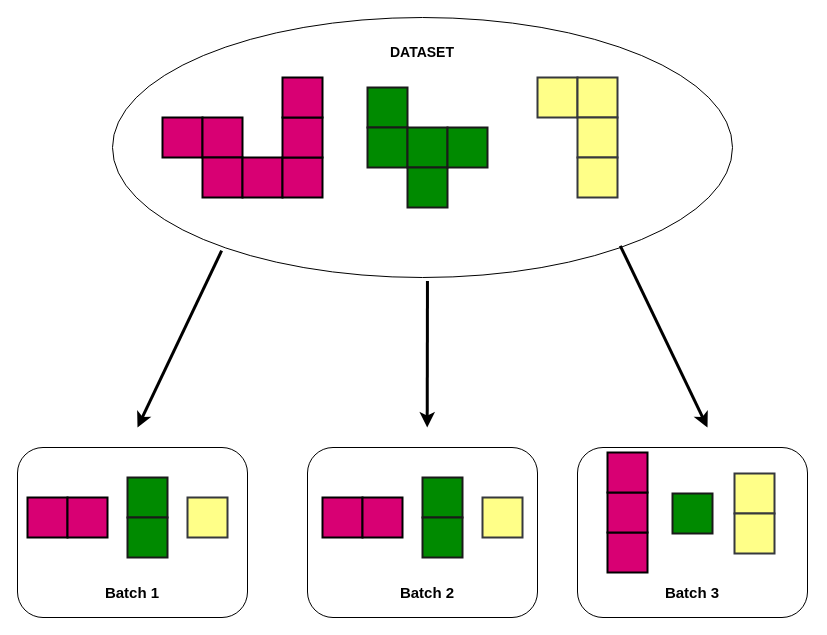
Earlier version of the draw.io diagram diagrams/StratifySampler.drawio (Jeremstym/pretrainingTSPFN). Source tidied: cells renumbered, new cells numbered last; positions are measured from the earlier drawing's top-left corner, leaving out a move shared by most shapes. Both pictures are drawn from the tidied source at 100%, with x=0, y=0 at pixel (17, 17).
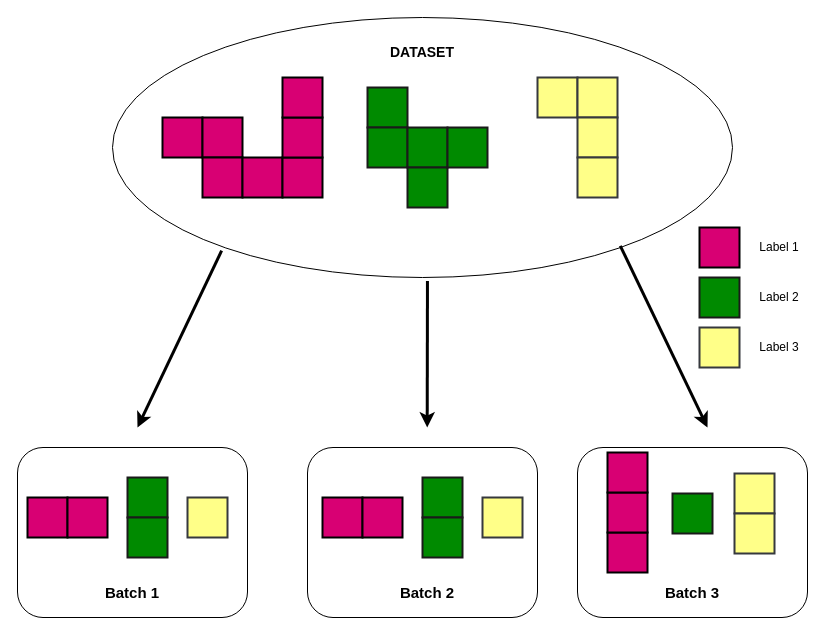
The same page after the edit.

Commit message (it also covers changes not shown here):
Mettre à jour StratifySampler.drawio

Diff of the diagram source:
```diff
@@
+    <mxCell id="45" style="rounded=0;whiteSpace=wrap;html=1;fillColor=#d80073;fontColor=#ffffff;strokeColor=light-dark(#000000, #ffa9e0);strokeWidth=2;" parent="1" vertex="1">
+      <mxGeometry x="682" y="210" width="40" height="40" as="geometry" />
+    </mxCell>
+    <mxCell id="46" value="Label 1" style="text;html=1;whiteSpace=wrap;strokeColor=none;fillColor=none;align=center;verticalAlign=middle;rounded=0;" parent="1" vertex="1">
+      <mxGeometry x="732" y="215" width="60" height="30" as="geometry" />
+    </mxCell>
+    <mxCell id="47" value="Label 2" style="text;html=1;whiteSpace=wrap;strokeColor=none;fillColor=none;align=center;verticalAlign=middle;rounded=0;" parent="1" vertex="1">
+      <mxGeometry x="732" y="265" width="60" height="30" as="geometry" />
+    </mxCell>
+    <mxCell id="48" value="Label 3" style="text;html=1;whiteSpace=wrap;strokeColor=none;fillColor=none;align=center;verticalAlign=middle;rounded=0;" parent="1" vertex="1">
+      <mxGeometry x="732" y="315" width="60" height="30" as="geometry" />
+    </mxCell>
+    <mxCell id="49" style="rounded=0;whiteSpace=wrap;html=1;fillColor=#008a00;fontColor=#ffffff;strokeColor=#1A1A1A;strokeWidth=2;" parent="1" vertex="1">
+      <mxGeometry x="682" y="260" width="40" height="40" as="geometry" />
+    </mxCell>
+    <mxCell id="50" style="rounded=0;whiteSpace=wrap;html=1;fillColor=#ffff88;strokeColor=#36393d;strokeWidth=2;" parent="1" vertex="1">
+      <mxGeometry x="682" y="310" width="40" height="40" as="geometry" />
+    </mxCell>
```
